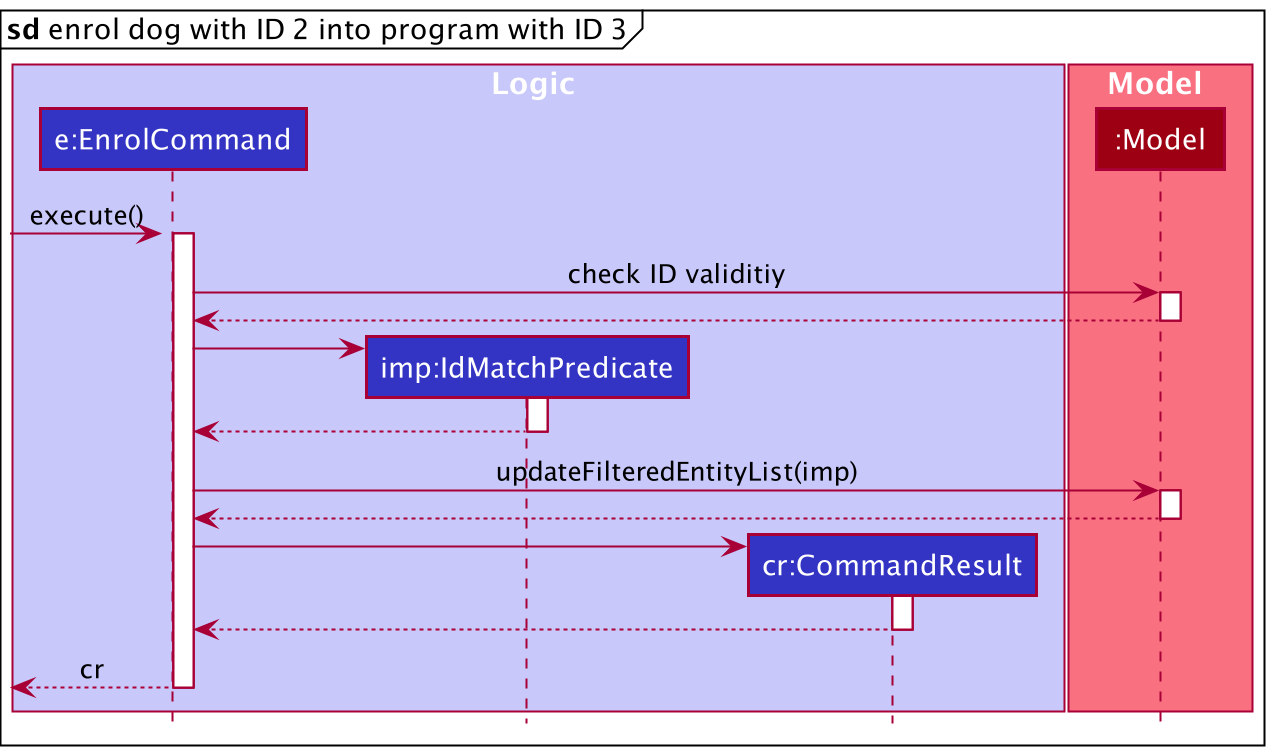
The PlantUML diagram docs/images/EnrolSequenceSpecificDiagram.png in nus-cs2103-AY2021S2/tp, before a commit.
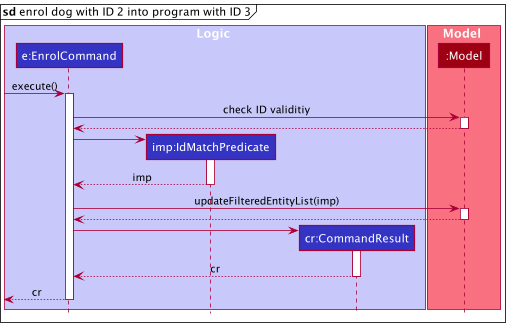
The same file after the commit.

Commit message:
Update drop and enrol seq diagrams

The edit, as a diff of the source:
```diff
@@ -1,7 +1,5 @@
 @startuml
 !include style.puml
-
-autoactivate on
 
 box Logic LOGIC_COLOR_T1
 
@@ -28,7 +26,7 @@
 create IdMatchPredicate
 EnrolCommand -> IdMatchPredicate
 activate IdMatchPredicate
-IdMatchPredicate --> EnrolCommand
+IdMatchPredicate --> EnrolCommand : imp
 deactivate IdMatchPredicate
 
 EnrolCommand -> Model : updateFilteredEntityList(imp)
@@ -39,7 +37,7 @@
 create CommandResult
 EnrolCommand -> CommandResult
 activate CommandResult
-CommandResult --> EnrolCommand
+CommandResult --> EnrolCommand : cr
 deactivate CommandResult
 
 [<-- EnrolCommand : cr
```
